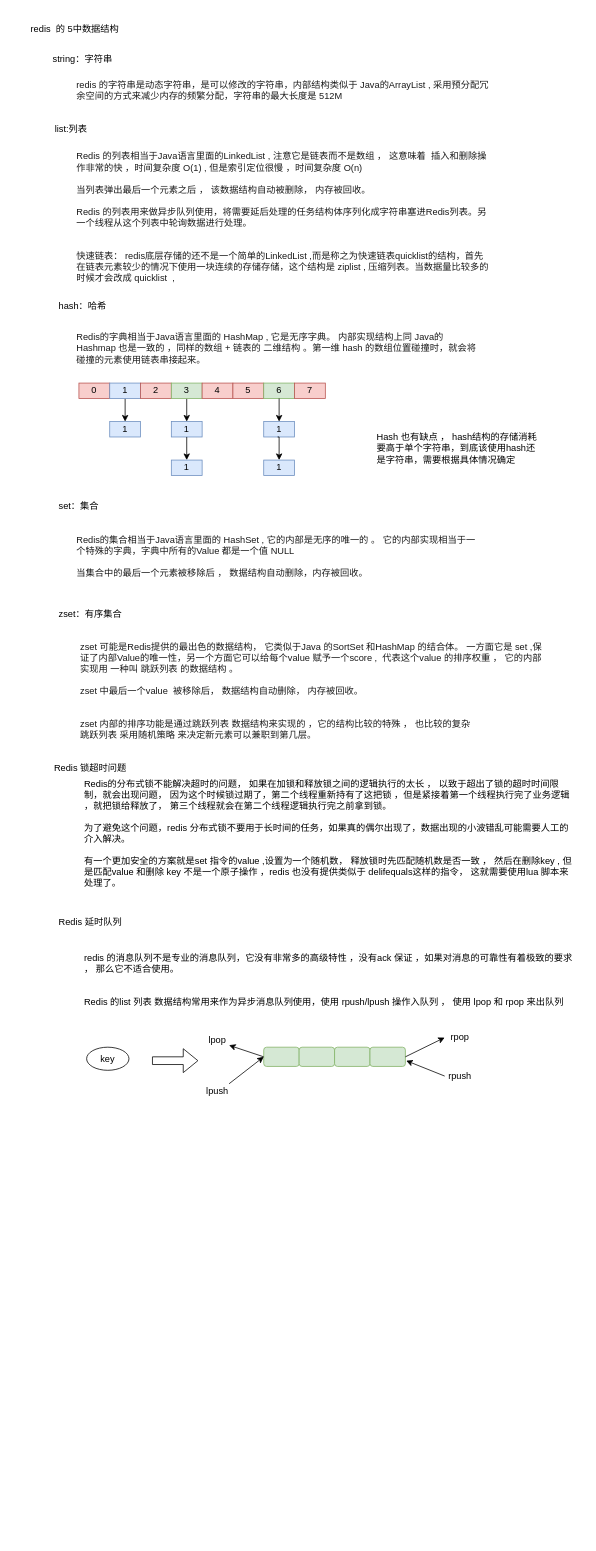
Before: redis.drawio in topyuluo/photo-project, a draw.io diagram. Source tidied: cells renumbered, new cells numbered last; positions are measured from the earlier drawing's top-left corner, leaving out a move shared by most shapes. Both pictures are drawn from the tidied source at 77%, with x=0, y=0 at pixel (13, 13).
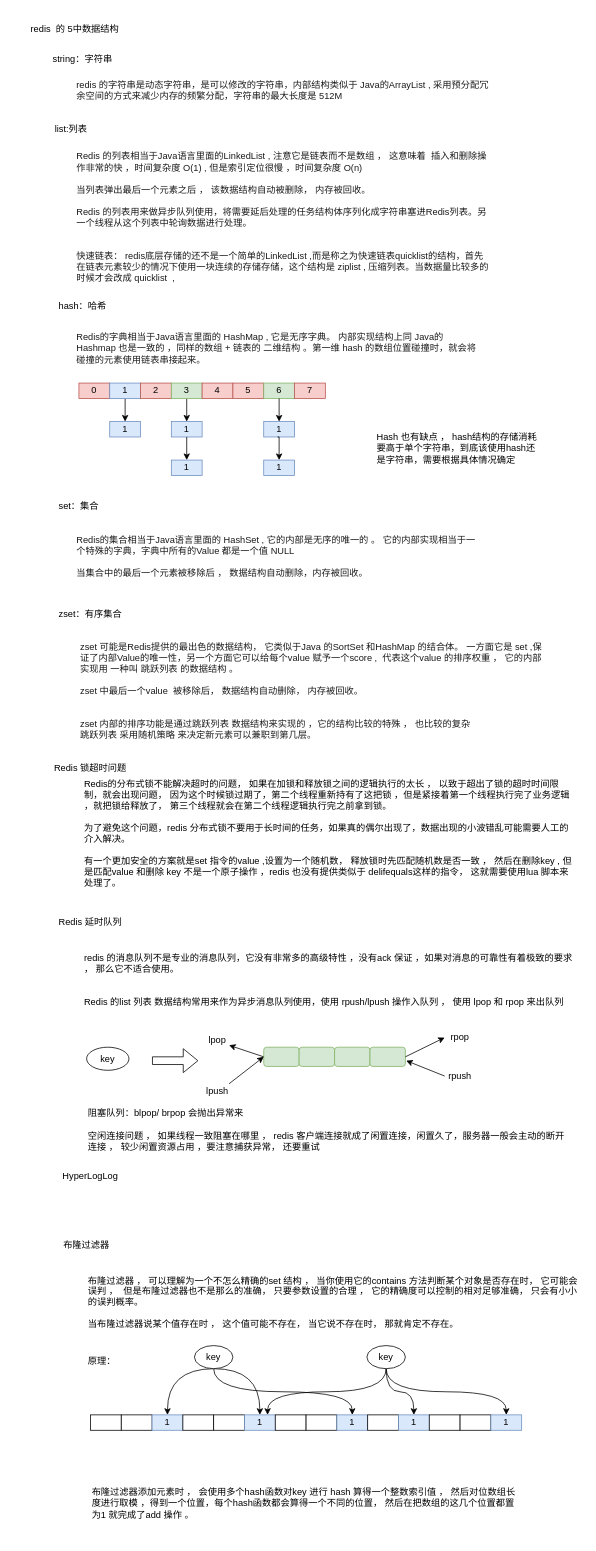
Above is the later version.

What changed in the source:
```diff
@@
+    <mxCell id="50" value="阻塞队列：blpop/ brpop 会抛出异常来&lt;br&gt;&lt;br&gt;空闲连接问题 ， 如果线程一致阻塞在哪里 ， redis 客户端连接就成了闲置连接，闲置久了，服务器一般会主动的断开连接 ， 较少闲置资源占用 ，要注意捕获异常， 还要重试" style="text;html=1;strokeColor=none;fillColor=none;align=left;verticalAlign=middle;whiteSpace=wrap;rounded=0;" parent="1" vertex="1">
+      <mxGeometry x="95" y="1430" width="625" height="40" as="geometry" />
+    </mxCell>
+    <mxCell id="51" value="HyperLogLog" style="text;html=1;strokeColor=none;fillColor=none;align=center;verticalAlign=middle;whiteSpace=wrap;rounded=0;" parent="1" vertex="1">
+      <mxGeometry x="50" y="1500" width="100" height="20" as="geometry" />
+    </mxCell>
+    <mxCell id="52" value="布隆过滤器" style="text;html=1;strokeColor=none;fillColor=none;align=center;verticalAlign=middle;whiteSpace=wrap;rounded=0;" parent="1" vertex="1">
+      <mxGeometry x="45" y="1590" width="100" height="20" as="geometry" />
+    </mxCell>
+    <mxCell id="53" value="布隆过滤器 ， 可以理解为一个不怎么精确的set 结构 ， 当你使用它的contains 方法判断某个对象是否存在时， 它可能会误判 ，&amp;nbsp; 但是布隆过滤器也不是那么的准确， 只要参数设置的合理 ， 它的精确度可以控制的相对足够准确， 只会有小小的误判概率。&lt;br&gt;&lt;br&gt;当布隆过滤器说某个值存在时 ， 这个值可能不存在， 当它说不存在时， 那就肯定不存在。" style="text;html=1;strokeColor=none;fillColor=none;align=left;verticalAlign=middle;whiteSpace=wrap;rounded=0;" parent="1" vertex="1">
+      <mxGeometry x="95" y="1624" width="645" height="100" as="geometry" />
+    </mxCell>
+    <mxCell id="54" value="原理：" style="text;html=1;strokeColor=none;fillColor=none;align=center;verticalAlign=middle;whiteSpace=wrap;rounded=0;" parent="1" vertex="1">
+      <mxGeometry x="90" y="1740" width="50" height="20" as="geometry" />
+    </mxCell>
+    <mxCell id="55" style="rounded=0;whiteSpace=wrap;html=1;align=center;" parent="1" vertex="1">
+      <mxGeometry x="100" y="1820" width="40" height="20" as="geometry" />
+    </mxCell>
+    <mxCell id="56" style="rounded=0;whiteSpace=wrap;html=1;align=center;" parent="1" vertex="1">
+      <mxGeometry x="140" y="1820" width="40" height="20" as="geometry" />
+    </mxCell>
+    <mxCell id="57" value="1" style="rounded=0;whiteSpace=wrap;html=1;align=center;fillColor=#dae8fc;strokeColor=#6c8ebf;" parent="1" vertex="1">
+      <mxGeometry x="180" y="1820" width="40" height="20" as="geometry" />
+    </mxCell>
+    <mxCell id="58" style="rounded=0;whiteSpace=wrap;html=1;align=center;" parent="1" vertex="1">
+      <mxGeometry x="220" y="1820" width="40" height="20" as="geometry" />
+    </mxCell>
+    <mxCell id="59" style="rounded=0;whiteSpace=wrap;html=1;align=center;" parent="1" vertex="1">
+      <mxGeometry x="260" y="1820" width="40" height="20" as="geometry" />
+    </mxCell>
+    <mxCell id="60" value="1" style="rounded=0;whiteSpace=wrap;html=1;align=center;fillColor=#dae8fc;strokeColor=#6c8ebf;" parent="1" vertex="1">
+      <mxGeometry x="300" y="1820" width="40" height="20" as="geometry" />
+    </mxCell>
+    <mxCell id="61" style="rounded=0;whiteSpace=wrap;html=1;align=center;" parent="1" vertex="1">
+      <mxGeometry x="340" y="1820" width="40" height="20" as="geometry" />
+    </mxCell>
+    <mxCell id="62" style="rounded=0;whiteSpace=wrap;html=1;align=center;" parent="1" vertex="1">
+      <mxGeometry x="380" y="1820" width="40" height="20" as="geometry" />
+    </mxCell>
+    <mxCell id="63" value="1" style="rounded=0;whiteSpace=wrap;html=1;align=center;fillColor=#dae8fc;strokeColor=#6c8ebf;" parent="1" vertex="1">
+      <mxGeometry x="420" y="1820" width="40" height="20" as="geometry" />
+    </mxCell>
+    <mxCell id="64" style="rounded=0;whiteSpace=wrap;html=1;align=center;" parent="1" vertex="1">
+      <mxGeometry x="460" y="1820" width="40" height="20" as="geometry" />
+    </mxCell>
+    <mxCell id="65" value="1" style="rounded=0;whiteSpace=wrap;html=1;align=center;fillColor=#dae8fc;strokeColor=#6c8ebf;" parent="1" vertex="1">
+      <mxGeometry x="500" y="1820" width="40" height="20" as="geometry" />
+    </mxCell>
+    <mxCell id="66" style="rounded=0;whiteSpace=wrap;html=1;align=center;" parent="1" vertex="1">
+      <mxGeometry x="540" y="1820" width="40" height="20" as="geometry" />
+    </mxCell>
+    <mxCell id="67" style="rounded=0;whiteSpace=wrap;html=1;align=center;" parent="1" vertex="1">
+      <mxGeometry x="580" y="1820" width="40" height="20" as="geometry" />
+    </mxCell>
+    <mxCell id="68" value="1" style="rounded=0;whiteSpace=wrap;html=1;align=center;fillColor=#dae8fc;strokeColor=#6c8ebf;" parent="1" vertex="1">
+      <mxGeometry x="620" y="1820" width="40" height="20" as="geometry" />
+    </mxCell>
+    <mxCell id="69" style="edgeStyle=orthogonalEdgeStyle;curved=1;rounded=0;jettySize=auto;html=1;entryX=0.5;entryY=0;entryDx=0;entryDy=0;" parent="1" edge="1" target="57">
+      <mxGeometry relative="1" as="geometry">
+        <mxPoint x="260" y="1760" as="sourcePoint" />
+      </mxGeometry>
+    </mxCell>
+    <mxCell id="70" style="edgeStyle=orthogonalEdgeStyle;curved=1;rounded=0;jettySize=auto;html=1;exitX=0.5;exitY=1;exitDx=0;exitDy=0;entryX=0.5;entryY=0;entryDx=0;entryDy=0;" parent="1" edge="1" source="72" target="60">
+      <mxGeometry relative="1" as="geometry">
+        <Array as="points">
+          <mxPoint x="320" y="1760" />
+        </Array>
+      </mxGeometry>
+    </mxCell>
+    <mxCell id="71" style="edgeStyle=orthogonalEdgeStyle;curved=1;rounded=0;jettySize=auto;html=1;exitX=0.5;exitY=1;exitDx=0;exitDy=0;entryX=0.5;entryY=0;entryDx=0;entryDy=0;" parent="1" edge="1" source="72" target="63">
+      <mxGeometry relative="1" as="geometry" />
+    </mxCell>
+    <mxCell id="72" value="key" style="ellipse;whiteSpace=wrap;html=1;align=center;" parent="1" vertex="1">
+      <mxGeometry x="235" y="1730" width="50" height="30" as="geometry" />
+    </mxCell>
+    <mxCell id="73" style="edgeStyle=orthogonalEdgeStyle;curved=1;rounded=0;jettySize=auto;html=1;exitX=0.5;exitY=1;exitDx=0;exitDy=0;entryX=0.75;entryY=0;entryDx=0;entryDy=0;" parent="1" edge="1" source="76" target="60">
+      <mxGeometry relative="1" as="geometry" />
+    </mxCell>
+    <mxCell id="74" style="edgeStyle=orthogonalEdgeStyle;curved=1;rounded=0;jettySize=auto;html=1;exitX=0.5;exitY=1;exitDx=0;exitDy=0;entryX=0.5;entryY=0;entryDx=0;entryDy=0;" parent="1" edge="1" source="76" target="68">
+      <mxGeometry relative="1" as="geometry" />
+    </mxCell>
+    <mxCell id="75" style="edgeStyle=orthogonalEdgeStyle;curved=1;rounded=0;jettySize=auto;html=1;exitX=0.5;exitY=1;exitDx=0;exitDy=0;" parent="1" edge="1" source="76" target="65">
+      <mxGeometry relative="1" as="geometry" />
+    </mxCell>
+    <mxCell id="76" value="key" style="ellipse;whiteSpace=wrap;html=1;align=center;" parent="1" vertex="1">
+      <mxGeometry x="459" y="1730" width="50" height="30" as="geometry" />
+    </mxCell>
+    <mxCell id="77" value="布隆过滤器添加元素时 ， 会使用多个hash函数对key 进行 hash 算得一个整数索引值 ， 然后对位数组长度进行取模 ，得到一个位置，每个hash函数都会算得一个不同的位置， 然后在把数组的这几个位置都置为1 就完成了add 操作 。" style="text;html=1;strokeColor=none;fillColor=none;align=left;verticalAlign=middle;whiteSpace=wrap;rounded=0;" parent="1" vertex="1">
+      <mxGeometry x="100" y="1890" width="560" height="90" as="geometry" />
+    </mxCell>
```
